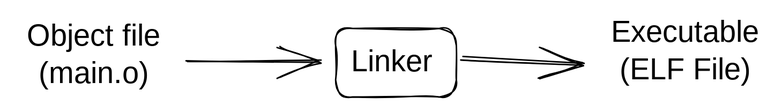
Before: .gitbook/assets/file.excalidraw (1).svg, a diagram exported from Excalidraw (n0irx/n0irx.gitbook.com). Source tidied: one line per element, renumbered; positions are measured from the earlier drawing's top-left corner, leaving out a move shared by most shapes. Source of this version:
```json
{"id": 0, "type": "text", "text": "Linker", "strokeColor": "#000000", "strokeWidth": 1, "roughness": 1, "fontSize": 20, "fontFamily": 1, "x": 224, "y": 20, "width": 57, "height": 25}
{"id": 1, "type": "rectangle", "strokeColor": "#000000", "strokeWidth": 1, "roughness": 1, "round": true, "x": 214, "y": 9, "width": 80, "height": 46}
{"id": 2, "type": "arrow", "strokeColor": "#000000", "strokeWidth": 1, "roughness": 1, "endArrowhead": "arrow", "round": true, "from": 1, "to": 3, "x": 299, "y": 28, "width": 81, "height": 5, "points": [[0, 0], [81, 5]]}
{"id": 3, "type": "text", "text": "Executable\n(ELF File)", "strokeColor": "#000000", "strokeWidth": 1, "roughness": 1, "fontSize": 20, "fontFamily": 1, "textAlign": "center", "x": 392, "y": 0, "width": 109, "height": 50}
{"id": 4, "type": "text", "text": "Object file\n(main.o)", "strokeColor": "#000000", "strokeWidth": 1, "roughness": 1, "fontSize": 20, "fontFamily": 1, "textAlign": "center", "x": 0, "y": 2, "width": 105, "height": 50}
{"id": 5, "type": "arrow", "strokeColor": "#000000", "strokeWidth": 1, "roughness": 1, "endArrowhead": "arrow", "round": true, "from": 4, "to": 1, "x": 114, "y": 30, "width": 90, "height": 1, "points": [[0, 0], [90, 1]]}
```
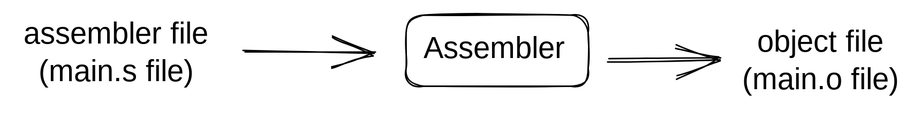
The same diagram one commit later.

The edit, as a diff of the source:
```diff
@@ -1,6 +1,6 @@
-{"id": 0, "type": "text", "text": "Linker", "strokeColor": "#000000", "strokeWidth": 1, "roughness": 1, "fontSize": 20, "fontFamily": 1, "x": 224, "y": 20, "width": 57, "height": 25}
-{"id": 1, "type": "rectangle", "strokeColor": "#000000", "strokeWidth": 1, "roughness": 1, "round": true, "x": 214, "y": 9, "width": 80, "height": 46}
-{"id": 2, "type": "arrow", "strokeColor": "#000000", "strokeWidth": 1, "roughness": 1, "endArrowhead": "arrow", "round": true, "from": 1, "to": 3, "x": 299, "y": 28, "width": 81, "height": 5, "points": [[0, 0], [81, 5]]}
-{"id": 3, "type": "text", "text": "Executable\n(ELF File)", "strokeColor": "#000000", "strokeWidth": 1, "roughness": 1, "fontSize": 20, "fontFamily": 1, "textAlign": "center", "x": 392, "y": 0, "width": 109, "height": 50}
-{"id": 4, "type": "text", "text": "Object file\n(main.o)", "strokeColor": "#000000", "strokeWidth": 1, "roughness": 1, "fontSize": 20, "fontFamily": 1, "textAlign": "center", "x": 0, "y": 2, "width": 105, "height": 50}
-{"id": 5, "type": "arrow", "strokeColor": "#000000", "strokeWidth": 1, "roughness": 1, "endArrowhead": "arrow", "round": true, "from": 4, "to": 1, "x": 114, "y": 30, "width": 90, "height": 1, "points": [[0, 0], [90, 1]]}
+{"id": 6, "type": "text", "text": "Assembler", "strokeColor": "#000000", "strokeWidth": 1, "roughness": 1, "fontSize": 20, "fontFamily": 1, "x": 196, "y": 33, "width": 95, "height": 25}
+{"id": 7, "type": "rectangle", "strokeColor": "#000000", "strokeWidth": 1, "roughness": 1, "round": true, "x": 184, "y": 22, "width": 121, "height": 47}
+{"id": 8, "type": "arrow", "strokeColor": "#000000", "strokeWidth": 1, "roughness": 1, "endArrowhead": "arrow", "round": true, "from": 7, "x": 318, "y": 52, "width": 75, "height": 1, "points": [[0, 0], [75, -1]]}
+{"id": 9, "type": "text", "text": "object file\n(main.o file)", "strokeColor": "#000000", "strokeWidth": 1, "roughness": 1, "fontSize": 20, "fontFamily": 1, "textAlign": "center", "x": 404, "y": 29, "width": 114, "height": 50}
+{"id": 10, "type": "arrow", "strokeColor": "#000000", "strokeWidth": 1, "roughness": 1, "endArrowhead": "arrow", "round": true, "x": 77, "y": 47, "width": 87, "height": 1, "points": [[0, 0], [87, 1]]}
+{"id": 11, "type": "text", "text": "assembler file\n(main.s file)", "strokeColor": "#000000", "strokeWidth": 1, "roughness": 1, "fontSize": 20, "fontFamily": 1, "textAlign": "center", "x": -77, "y": 23, "width": 135, "height": 50}
```
